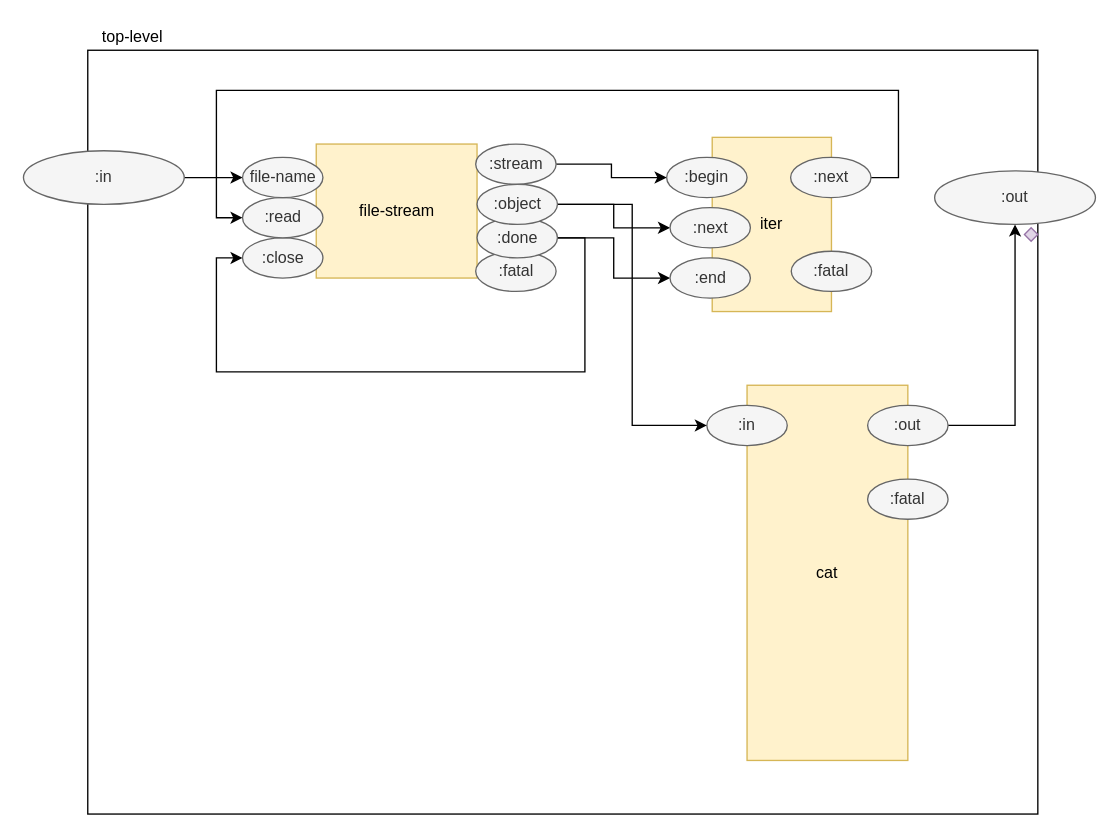
Above: feedback.drawio in guitarvydas/cl-event-passing (draw.io), before the change. Source tidied: cells renumbered, new cells numbered last; positions are measured from the earlier drawing's top-left corner, leaving out a move shared by most shapes. Both pictures are drawn from the tidied source at 134%, with x=0, y=0 at pixel (23, 23).
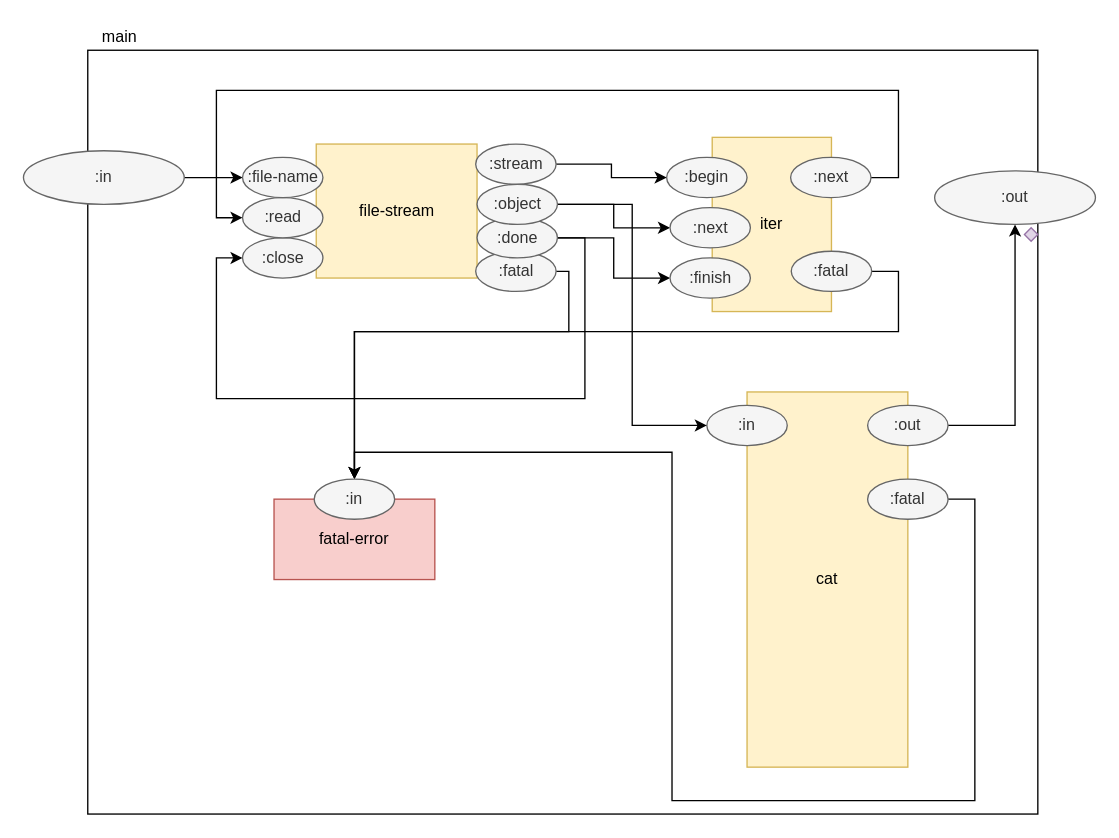
Above is the later version.

The change refers to these unchanged cells:
```xml
<mxCell id="12" value=":fatal" style="ellipse;whiteSpace=wrap;html=1;fillColor=#f5f5f5;strokeColor=#666666;fontColor=#333333;" parent="1" vertex="1">
  <mxGeometry x="337.5" y="170" width="60" height="30" as="geometry" />
</mxCell>
<mxCell id="13" value=":close" style="ellipse;whiteSpace=wrap;html=1;fillColor=#f5f5f5;strokeColor=#666666;fontColor=#333333;" parent="1" vertex="1">
  <mxGeometry x="163.5" y="160" width="60" height="30" as="geometry" />
</mxCell>
<mxCell id="18" value=":done" style="ellipse;whiteSpace=wrap;html=1;fillColor=#f5f5f5;strokeColor=#666666;fontColor=#333333;" parent="1" vertex="1">
  <mxGeometry x="338.5" y="145" width="60" height="30" as="geometry" />
</mxCell>
<mxCell id="30" value=":fatal" style="ellipse;whiteSpace=wrap;html=1;fillColor=#f5f5f5;strokeColor=#666666;fontColor=#333333;" parent="1" vertex="1">
  <mxGeometry x="573" y="170" width="60" height="30" as="geometry" />
</mxCell>
<mxCell id="31" value=":fatal" style="ellipse;whiteSpace=wrap;html=1;fillColor=#f5f5f5;strokeColor=#666666;fontColor=#333333;" parent="1" vertex="1">
  <mxGeometry x="630" y="340" width="60" height="30" as="geometry" />
</mxCell>
```

What changed in the source:
```diff
@@
-    <mxCell id="6" value="top-level" style="text;html=1;align=left;verticalAlign=top;spacingTop=-4;" parent="1" vertex="1">
-      <mxGeometry x="57" width="60" height="20" as="geometry" />
+    <mxCell id="6" value="main" style="text;html=1;align=left;verticalAlign=top;spacingTop=-4;" parent="1" vertex="1">
+      <mxGeometry x="57" width="40" height="20" as="geometry" />
     </mxCell>
     <mxCell id="7" value="cat" style="rounded=0;whiteSpace=wrap;html=1;fillColor=#fff2cc;strokeColor=#d6b656;" parent="1" vertex="1">
-      <mxGeometry x="540" y="270" width="120" height="280" as="geometry" />
+      <mxGeometry x="540" y="275" width="120" height="280" as="geometry" />
     </mxCell>
@@
+    <mxCell id="33" style="edgeStyle=orthogonalEdgeStyle;rounded=0;jettySize=auto;html=1;exitX=1;exitY=0.5;exitDx=0;exitDy=0;entryX=0.5;entryY=0;entryDx=0;entryDy=0;" parent="1" edge="1" source="12" target="37">
+      <mxGeometry relative="1" as="geometry">
+        <Array as="points">
+          <mxPoint x="407" y="185" />
+          <mxPoint x="407" y="230" />
+          <mxPoint x="247" y="230" />
+        </Array>
+      </mxGeometry>
+    </mxCell>
@@
-    <mxCell id="15" value="file-name" style="ellipse;whiteSpace=wrap;html=1;fillColor=#f5f5f5;strokeColor=#666666;fontColor=#333333;" parent="1" vertex="1">
+    <mxCell id="15" value=":file-name" style="ellipse;whiteSpace=wrap;html=1;fillColor=#f5f5f5;strokeColor=#666666;fontColor=#333333;" parent="1" vertex="1">
       <mxGeometry x="163.5" y="100" width="60" height="30" as="geometry" />
     </mxCell>
@@
     <mxCell id="17" style="edgeStyle=orthogonalEdgeStyle;rounded=0;jettySize=auto;html=1;exitX=1;exitY=0.5;exitDx=0;exitDy=0;entryX=0;entryY=0.5;entryDx=0;entryDy=0;" parent="1" edge="1" source="18" target="13">
       <mxGeometry relative="1" as="geometry">
         <Array as="points">
           <mxPoint x="419" y="160" />
-          <mxPoint x="419" y="260" />
-          <mxPoint x="144" y="260" />
+          <mxPoint x="419" y="280" />
+          <mxPoint x="144" y="280" />
           <mxPoint x="144" y="175" />
         </Array>
       </mxGeometry>
     </mxCell>
@@
-    <mxCell id="29" value=":end" style="ellipse;whiteSpace=wrap;html=1;fillColor=#f5f5f5;strokeColor=#666666;fontColor=#333333;" parent="1" vertex="1">
+    <mxCell id="29" value=":finish" style="ellipse;whiteSpace=wrap;html=1;fillColor=#f5f5f5;strokeColor=#666666;fontColor=#333333;" parent="1" vertex="1">
       <mxGeometry x="482.5" y="175" width="60" height="30" as="geometry" />
     </mxCell>
+    <mxCell id="34" style="edgeStyle=orthogonalEdgeStyle;rounded=0;jettySize=auto;html=1;exitX=1;exitY=0.5;exitDx=0;exitDy=0;entryX=0.5;entryY=0;entryDx=0;entryDy=0;" parent="1" edge="1" source="30" target="37">
+      <mxGeometry relative="1" as="geometry">
+        <Array as="points">
+          <mxPoint x="653" y="185" />
+          <mxPoint x="653" y="230" />
+          <mxPoint x="247" y="230" />
+        </Array>
+      </mxGeometry>
+    </mxCell>
@@
+    <mxCell id="35" style="edgeStyle=orthogonalEdgeStyle;rounded=0;jettySize=auto;html=1;exitX=1;exitY=0.5;exitDx=0;exitDy=0;entryX=0.5;entryY=0;entryDx=0;entryDy=0;" parent="1" edge="1" source="31" target="37">
+      <mxGeometry relative="1" as="geometry">
+        <Array as="points">
+          <mxPoint x="710" y="355" />
+          <mxPoint x="710" y="580" />
+          <mxPoint x="484" y="580" />
+          <mxPoint x="484" y="320" />
+          <mxPoint x="247" y="320" />
+        </Array>
+      </mxGeometry>
+    </mxCell>
@@
+    <mxCell id="36" value="fatal-error" style="rounded=0;whiteSpace=wrap;html=1;fillColor=#f8cecc;strokeColor=#b85450;" parent="1" vertex="1">
+      <mxGeometry x="187" y="355" width="120" height="60" as="geometry" />
+    </mxCell>
+    <mxCell id="37" value=":in" style="ellipse;whiteSpace=wrap;html=1;fillColor=#f5f5f5;strokeColor=#666666;fontColor=#333333;" parent="1" vertex="1">
+      <mxGeometry x="217" y="340" width="60" height="30" as="geometry" />
+    </mxCell>
```
